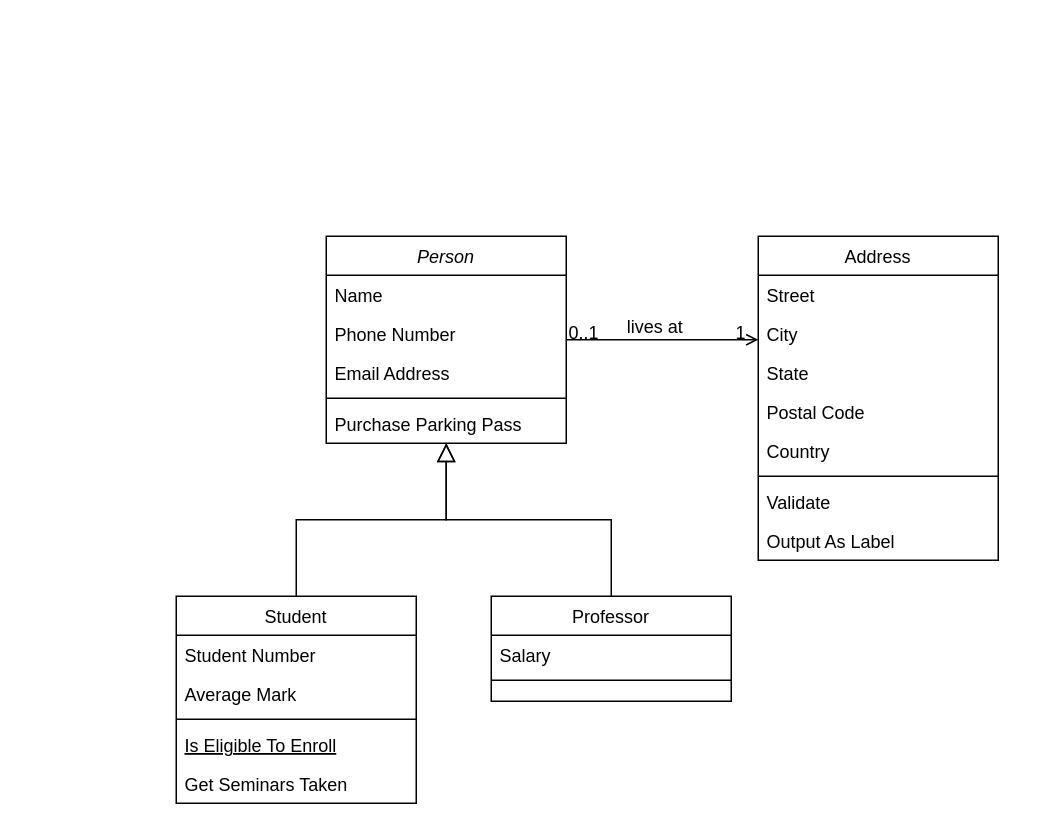
Above: AiPSIpr2.drawio in cocacolaja/Studia (draw.io), before the change. Source tidied: cells renumbered, new cells numbered last; positions are measured from the earlier drawing's top-left corner, leaving out a move shared by most shapes. Both pictures are drawn from the tidied source at 150%, with x=0, y=0 at pixel (176, 236).
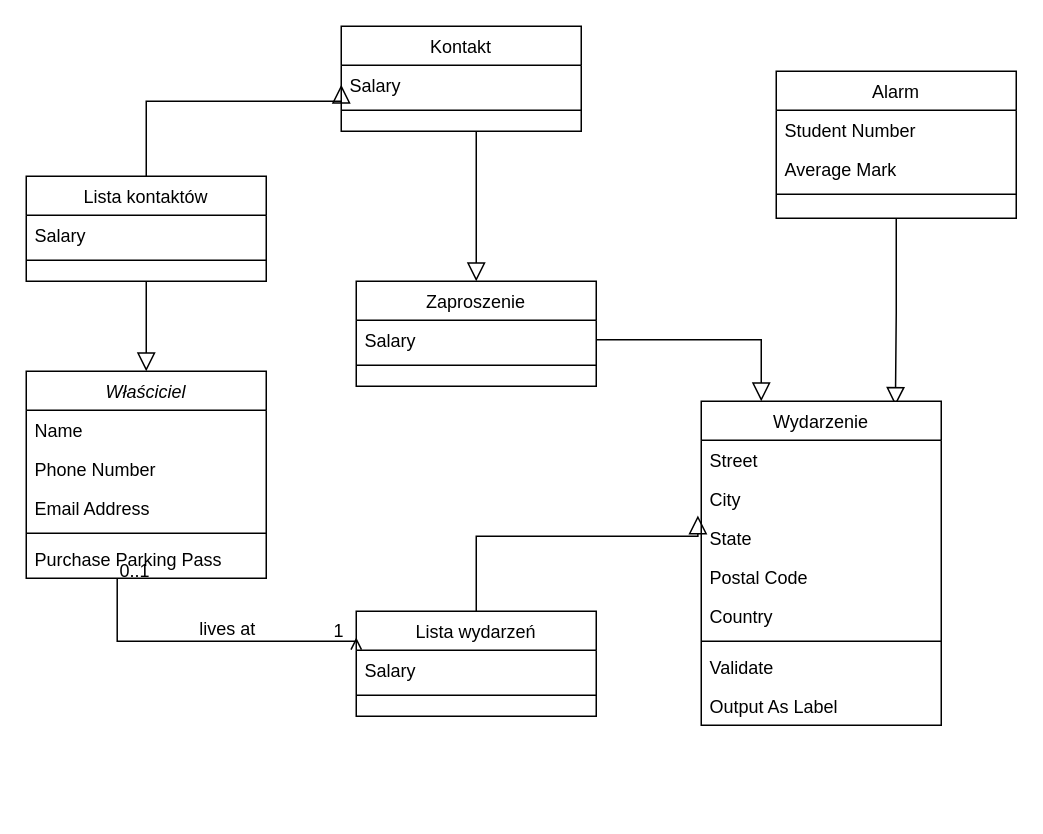
The same page after the edit.

Unchanged cells that the change refers to:
```xml
<mxCell id="7" value="Purchase Parking Pass" style="text;align=left;verticalAlign=top;spacingLeft=4;spacingRight=4;overflow=hidden;points=[[0,0.5],[1,0.5]];portConstraint=eastwest;" parent="2" vertex="1">
  <mxGeometry y="112" width="160" height="26" as="geometry" />
</mxCell>
<mxCell id="21" value="City" style="text;align=left;verticalAlign=top;spacingLeft=4;spacingRight=4;overflow=hidden;points=[[0,0.5],[1,0.5]];portConstraint=eastwest;rounded=0;shadow=0;html=0;" parent="19" vertex="1">
  <mxGeometry y="52" width="160" height="26" as="geometry" />
</mxCell>
```

The edit, as a diff of the source:
```diff
@@
-    <mxCell id="2" value="Person" style="swimlane;fontStyle=2;align=center;verticalAlign=top;horizontal=1;startSize=26;rounded=0;shadow=0;strokeWidth=1;" parent="1" vertex="1">
-      <mxGeometry x="100" width="160" height="138" as="geometry" />
+    <mxCell id="2" value="Właściciel" style="swimlane;fontStyle=2;align=center;verticalAlign=top;horizontal=1;startSize=26;rounded=0;shadow=0;strokeWidth=1;" parent="1" vertex="1">
+      <mxGeometry x="-100" y="90" width="160" height="138" as="geometry" />
     </mxCell>
@@
-    <mxCell id="8" value="Student" style="swimlane;fontStyle=0;align=center;verticalAlign=top;horizontal=1;startSize=26;rounded=0;shadow=0;strokeWidth=1;" parent="1" vertex="1">
-      <mxGeometry y="240" width="160" height="138" as="geometry" />
+    <mxCell id="8" value="Alarm" style="swimlane;fontStyle=0;align=center;verticalAlign=top;horizontal=1;startSize=26;rounded=0;shadow=0;strokeWidth=1;" parent="1" vertex="1">
+      <mxGeometry x="400" y="-110" width="160" height="98" as="geometry" />
     </mxCell>
@@
-    <mxCell id="12" value="Is Eligible To Enroll" style="text;align=left;verticalAlign=top;spacingLeft=4;spacingRight=4;overflow=hidden;fontStyle=4;" parent="8" vertex="1">
-      <mxGeometry y="86" width="160" height="26" as="geometry" />
-    </mxCell>
-    <mxCell id="13" value="Get Seminars Taken" style="text;align=left;verticalAlign=top;spacingLeft=4;spacingRight=4;overflow=hidden;" parent="8" vertex="1">
-      <mxGeometry y="112" width="160" height="26" as="geometry" />
-    </mxCell>
-    <mxCell id="14" style="endArrow=block;endSize=10;endFill=0;shadow=0;strokeWidth=1;rounded=0;curved=0;edgeStyle=elbowEdgeStyle;elbow=vertical;" parent="1" edge="1" source="8" target="2">
+    <mxCell id="14" style="endArrow=block;endSize=10;endFill=0;shadow=0;strokeWidth=1;rounded=0;curved=0;edgeStyle=elbowEdgeStyle;elbow=vertical;entryX=0.809;entryY=0.014;entryDx=0;entryDy=0;entryPerimeter=0;" parent="1" edge="1" source="8" target="19">
       <mxGeometry relative="1" as="geometry" />
     </mxCell>
-    <mxCell id="15" value="Professor" style="swimlane;fontStyle=0;align=center;verticalAlign=top;horizontal=1;startSize=26;rounded=0;shadow=0;strokeWidth=1;" parent="1" vertex="1">
-      <mxGeometry x="210" y="240" width="160" height="70" as="geometry" />
+    <mxCell id="15" value="Lista wydarzeń" style="swimlane;fontStyle=0;align=center;verticalAlign=top;horizontal=1;startSize=26;rounded=0;shadow=0;strokeWidth=1;" parent="1" vertex="1">
+      <mxGeometry x="120" y="250" width="160" height="70" as="geometry" />
     </mxCell>
@@
-    <mxCell id="18" style="endArrow=block;endSize=10;endFill=0;shadow=0;strokeWidth=1;rounded=0;curved=0;edgeStyle=elbowEdgeStyle;elbow=vertical;" parent="1" edge="1" source="15" target="2">
-      <mxGeometry relative="1" as="geometry" />
+    <mxCell id="18" style="endArrow=block;endSize=10;endFill=0;shadow=0;strokeWidth=1;rounded=0;curved=0;edgeStyle=elbowEdgeStyle;elbow=vertical;entryX=-0.014;entryY=0.931;entryDx=0;entryDy=0;entryPerimeter=0;exitX=0.5;exitY=0;exitDx=0;exitDy=0;" parent="1" edge="1" source="15" target="21">
+      <mxGeometry relative="1" as="geometry">
+        <Array as="points">
+          <mxPoint x="270" y="200" />
+        </Array>
+      </mxGeometry>
     </mxCell>
-    <mxCell id="19" value="Address" style="swimlane;fontStyle=0;align=center;verticalAlign=top;horizontal=1;startSize=26;rounded=0;shadow=0;strokeWidth=1;" parent="1" vertex="1">
-      <mxGeometry x="388" width="160" height="216" as="geometry" />
+    <mxCell id="19" value="Wydarzenie" style="swimlane;fontStyle=0;align=center;verticalAlign=top;horizontal=1;startSize=26;rounded=0;shadow=0;strokeWidth=1;" parent="1" vertex="1">
+      <mxGeometry x="350" y="110" width="160" height="216" as="geometry" />
     </mxCell>
@@
-    <mxCell id="28" style="endArrow=open;shadow=0;strokeWidth=1;rounded=0;curved=0;endFill=1;edgeStyle=elbowEdgeStyle;elbow=vertical;" parent="1" edge="1" source="2" target="19">
+    <mxCell id="28" style="endArrow=open;shadow=0;strokeWidth=1;rounded=0;curved=0;endFill=1;edgeStyle=elbowEdgeStyle;elbow=vertical;entryX=0;entryY=0.25;entryDx=0;entryDy=0;exitX=0.379;exitY=0.992;exitDx=0;exitDy=0;exitPerimeter=0;" parent="1" edge="1" source="7" target="15">
       <mxGeometry x="0.5" y="41" relative="1" as="geometry">
+        <Array as="points">
+          <mxPoint x="50" y="270" />
+        </Array>
         <mxPoint x="-40" y="32" as="offset" />
       </mxGeometry>
     </mxCell>
@@
+    <mxCell id="32" value="Lista kontaktów" style="swimlane;fontStyle=0;align=center;verticalAlign=top;horizontal=1;startSize=26;rounded=0;shadow=0;strokeWidth=1;" parent="1" vertex="1">
+      <mxGeometry x="-100" y="-40" width="160" height="70" as="geometry" />
+    </mxCell>
+    <mxCell id="33" value="Salary" style="text;align=left;verticalAlign=top;spacingLeft=4;spacingRight=4;overflow=hidden;" parent="32" vertex="1">
+      <mxGeometry y="26" width="160" height="26" as="geometry" />
+    </mxCell>
+    <mxCell id="34" style="line;html=1;strokeWidth=1;align=left;verticalAlign=middle;spacingTop=-1;spacingLeft=3;spacingRight=3;labelPosition=right;" parent="32" vertex="1">
+      <mxGeometry y="52" width="160" height="8" as="geometry" />
+    </mxCell>
+    <mxCell id="35" value="Kontakt" style="swimlane;fontStyle=0;align=center;verticalAlign=top;horizontal=1;startSize=26;rounded=0;shadow=0;strokeWidth=1;" parent="1" vertex="1">
+      <mxGeometry x="110" y="-140" width="160" height="70" as="geometry" />
+    </mxCell>
+    <mxCell id="36" value="Salary" style="text;align=left;verticalAlign=top;spacingLeft=4;spacingRight=4;overflow=hidden;points=[[0,0.5],[1,0.5]];portConstraint=eastwest;" parent="35" vertex="1">
+      <mxGeometry y="26" width="160" height="26" as="geometry" />
+    </mxCell>
+    <mxCell id="37" style="line;html=1;strokeWidth=1;align=left;verticalAlign=middle;spacingTop=-1;spacingLeft=3;spacingRight=3;labelPosition=right;" parent="35" vertex="1">
+      <mxGeometry y="52" width="160" height="8" as="geometry" />
+    </mxCell>
+    <mxCell id="38" value="Zaproszenie" style="swimlane;fontStyle=0;align=center;verticalAlign=top;horizontal=1;startSize=26;rounded=0;shadow=0;strokeWidth=1;" parent="1" vertex="1">
+      <mxGeometry x="120" y="30" width="160" height="70" as="geometry" />
+    </mxCell>
+    <mxCell id="39" value="Salary" style="text;align=left;verticalAlign=top;spacingLeft=4;spacingRight=4;overflow=hidden;points=[[0,0.5],[1,0.5]];portConstraint=eastwest;" parent="38" vertex="1">
+      <mxGeometry y="26" width="160" height="26" as="geometry" />
+    </mxCell>
+    <mxCell id="40" style="line;html=1;strokeWidth=1;align=left;verticalAlign=middle;spacingTop=-1;spacingLeft=3;spacingRight=3;labelPosition=right;" parent="38" vertex="1">
+      <mxGeometry y="52" width="160" height="8" as="geometry" />
+    </mxCell>
+    <mxCell id="41" style="endArrow=block;endSize=10;endFill=0;shadow=0;strokeWidth=1;rounded=0;curved=0;edgeStyle=elbowEdgeStyle;elbow=vertical;entryX=0.25;entryY=0;entryDx=0;entryDy=0;exitX=1;exitY=0.5;exitDx=0;exitDy=0;" parent="1" edge="1" source="39" target="19">
+      <mxGeometry relative="1" as="geometry">
+        <Array as="points">
+          <mxPoint x="330" y="69" />
+        </Array>
+      </mxGeometry>
+    </mxCell>
+    <mxCell id="42" style="endArrow=block;endSize=10;endFill=0;shadow=0;strokeWidth=1;rounded=0;curved=0;edgeStyle=elbowEdgeStyle;elbow=vertical;entryX=0.5;entryY=0;entryDx=0;entryDy=0;" parent="1" edge="1" target="38">
+      <mxGeometry relative="1" as="geometry">
+        <mxPoint x="200" y="-70" as="sourcePoint" />
+      </mxGeometry>
+    </mxCell>
+    <mxCell id="43" style="endArrow=block;endSize=10;endFill=0;shadow=0;strokeWidth=1;rounded=0;curved=0;edgeStyle=elbowEdgeStyle;elbow=vertical;exitX=0.5;exitY=1;exitDx=0;exitDy=0;" parent="1" edge="1" source="32" target="2">
+      <mxGeometry relative="1" as="geometry" />
+    </mxCell>
+    <mxCell id="44" style="endArrow=block;endSize=10;endFill=0;shadow=0;strokeWidth=1;rounded=0;curved=0;edgeStyle=elbowEdgeStyle;elbow=vertical;exitX=0.5;exitY=0;exitDx=0;exitDy=0;entryX=0;entryY=0.5;entryDx=0;entryDy=0;" parent="1" edge="1" source="32" target="36">
+      <mxGeometry relative="1" as="geometry">
+        <Array as="points">
+          <mxPoint x="40" y="-90" />
+        </Array>
+      </mxGeometry>
+    </mxCell>
```
